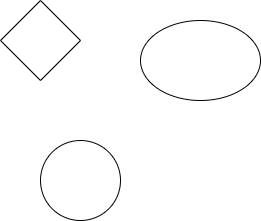
Earlier version of the draw.io export Untitled Diagram.drawio.png (Rakesh2916728272727/no). Source tidied: cells renumbered, new cells last; positions are measured from the earlier drawing's top-left corner, leaving out a move shared by most shapes.
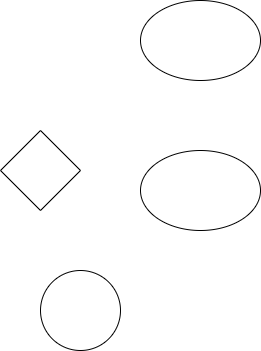
After the commit.

What changed in the source:
```diff
@@ -11,5 +11,8 @@
     <mxCell id="4" style="ellipse;whiteSpace=wrap;html=1;" parent="1" vertex="1">
       <mxGeometry x="40" y="140" width="80" height="80" as="geometry" />
     </mxCell>
+    <mxCell id="5" style="ellipse;whiteSpace=wrap;html=1;" parent="1" vertex="1">
+      <mxGeometry x="140" y="-130" width="120" height="80" as="geometry" />
+    </mxCell>
   </root>
 </mxGraphModel>
```
